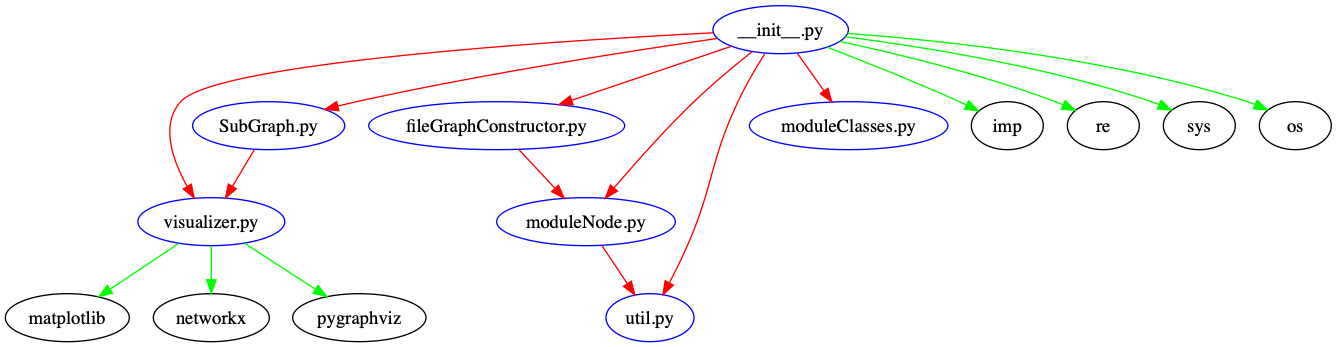
This is Subgraph.png from reggiehsu111/PyDepends, a Graphviz export, as it was before one commit. Its source is kept beside it as Subgraph.dot. Its diagram source:
```dot
digraph "" {
	graph [bb="0,0,994.46,252"];
	node [label="\N"];
	"visualizer.py"	 [color=blue,
		height=0.5,
		pos="154.46,90",
		width=1.5293];
	matplotlib	 [height=0.5,
		pos="46.461,18",
		width=1.2906];
	"visualizer.py" -> matplotlib	 [color=green,
		pos="e,70.129,33.778 129.95,73.662 114.83,63.58 95.256,50.53 78.861,39.6"];
	networkx	 [height=0.5,
		pos="154.46,18",
		width=1.2085];
	"visualizer.py" -> networkx	 [color=green,
		pos="e,154.46,36.413 154.46,71.831 154.46,64.131 154.46,54.974 154.46,46.417"];
	pygraphviz	 [height=0.5,
		pos="265.46,18",
		width=1.3858];
	"visualizer.py" -> pygraphviz	 [color=green,
		pos="e,241.02,33.856 179.37,73.842 195.05,63.674 215.46,50.434 232.47,39.398"];
	"__init__.py"	 [color=blue,
		height=0.5,
		pos="581.46,234",
		width=1.4067];
	"__init__.py" -> "visualizer.py"	 [color=red,
		pos="e,141.57,107.76 530.87,231.65 418.84,225.92 157.64,209.5 131.46,180 116.03,162.61 125.27,136.26 136.29,116.56"];
	"SubGraph.py"	 [color=blue,
		height=0.5,
		pos="197.46,162",
		width=1.584];
	"__init__.py" -> "SubGraph.py"	 [color=red,
		pos="e,239.56,174.14 534.04,227.43 471.65,218.45 358.75,201.03 263.46,180 258.85,178.98 254.07,177.85 249.3,176.65"];
	"fileGraphConstructor.py"	 [color=blue,
		height=0.5,
		pos="368.46,162",
		width=2.6621];
	"__init__.py" -> "fileGraphConstructor.py"	 [color=red,
		pos="e,415.18,177.79 544.36,221.46 511.43,210.33 462.81,193.89 425.03,181.12"];
	"moduleNode.py"	 [color=blue,
		height=0.5,
		pos="435.46,90",
		width=1.8567];
	"__init__.py" -> "moduleNode.py"	 [color=red,
		pos="e,449.98,107.6 560.01,217.47 547.01,207.15 530.32,193.32 516.46,180 494.94,159.32 472.38,133.89 456.54,115.35"];
	"util.py"	 [color=blue,
		height=0.5,
		pos="483.46,18",
		width=0.91539];
	"__init__.py" -> "util.py"	 [color=red,
		pos="e,493.17,35.21 569.58,215.99 563.11,205.72 555.27,192.44 549.46,180 527.94,133.89 531.67,118.7 511.46,72 507.46,62.747 502.55,52.886 \
497.96,44.156"];
	"moduleClasses.py"	 [color=blue,
		height=0.5,
		pos="632.46,162",
		width=2.0616];
	"__init__.py" -> "moduleClasses.py"	 [color=red,
		pos="e,619.82,179.84 594.07,216.2 600.07,207.72 607.38,197.41 613.99,188.07"];
	imp	 [height=0.5,
		pos="751.46,162",
		width=0.75];
	"__init__.py" -> imp	 [color=green,
		pos="e,729.89,173.14 616.21,220.88 643.45,210.39 682.19,194.99 715.46,180 717.23,179.2 719.04,178.37 720.85,177.51"];
	re	 [height=0.5,
		pos="823.46,162",
		width=0.75];
	"__init__.py" -> re	 [color=green,
		pos="e,802.47,173.41 625.68,225.19 667.96,216.13 733.14,200.45 787.46,180 789.32,179.3 791.22,178.53 793.12,177.72"];
	sys	 [height=0.5,
		pos="895.46,162",
		width=0.75];
	"__init__.py" -> sys	 [color=green,
		pos="e,874.55,173.65 629.96,228.64 686.26,221.49 781.38,206.55 859.46,180 861.35,179.36 863.26,178.64 865.17,177.86"];
	os	 [height=0.5,
		pos="967.46,162",
		width=0.75];
	"__init__.py" -> os	 [color=green,
		pos="e,946.6,173.79 631.55,231.16 700.51,226.16 827.92,212.98 931.46,180 933.36,179.4 935.28,178.7 937.2,177.95"];
	"SubGraph.py" -> "visualizer.py"	 [color=red,
		pos="e,165.12,107.84 186.83,144.2 181.87,135.89 175.86,125.83 170.37,116.64"];
	"fileGraphConstructor.py" -> "moduleNode.py"	 [color=red,
		pos="e,419.09,107.59 385.02,144.2 393.22,135.4 403.25,124.62 412.2,115"];
	"moduleNode.py" -> "util.py"	 [color=red,
		pos="e,472.06,35.097 447.33,72.202 453.11,63.53 460.16,52.946 466.5,43.439"];
}
```
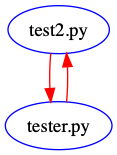
Later version of the same file.

What changed in the source:
```diff
@@ -1,86 +1,16 @@
 digraph "" {
-	graph [bb="0,0,994.46,252"];
+	graph [bb="0,0,79.657,108"];
 	node [label="\N"];
-	"visualizer.py"	 [color=blue,
+	"test2.py"	 [color=blue,
 		height=0.5,
-		pos="154.46,90",
-		width=1.5293];
-	matplotlib	 [height=0.5,
-		pos="46.461,18",
-		width=1.2906];
-	"visualizer.py" -> matplotlib	 [color=green,
-		pos="e,70.129,33.778 129.95,73.662 114.83,63.58 95.256,50.53 78.861,39.6"];
-	networkx	 [height=0.5,
-		pos="154.46,18",
-		width=1.2085];
-	"visualizer.py" -> networkx	 [color=green,
-		pos="e,154.46,36.413 154.46,71.831 154.46,64.131 154.46,54.974 154.46,46.417"];
-	pygraphviz	 [height=0.5,
-		pos="265.46,18",
-		width=1.3858];
-	"visualizer.py" -> pygraphviz	 [color=green,
-		pos="e,241.02,33.856 179.37,73.842 195.05,63.674 215.46,50.434 232.47,39.398"];
-	"__init__.py"	 [color=blue,
+		pos="39.828,90",
+		width=1.0518];
+	"tester.py"	 [color=blue,
 		height=0.5,
-		pos="581.46,234",
-		width=1.4067];
-	"__init__.py" -> "visualizer.py"	 [color=red,
-		pos="e,141.57,107.76 530.87,231.65 418.84,225.92 157.64,209.5 131.46,180 116.03,162.61 125.27,136.26 136.29,116.56"];
-	"SubGraph.py"	 [color=blue,
-		height=0.5,
-		pos="197.46,162",
-		width=1.584];
-	"__init__.py" -> "SubGraph.py"	 [color=red,
-		pos="e,239.56,174.14 534.04,227.43 471.65,218.45 358.75,201.03 263.46,180 258.85,178.98 254.07,177.85 249.3,176.65"];
-	"fileGraphConstructor.py"	 [color=blue,
-		height=0.5,
-		pos="368.46,162",
-		width=2.6621];
-	"__init__.py" -> "fileGraphConstructor.py"	 [color=red,
-		pos="e,415.18,177.79 544.36,221.46 511.43,210.33 462.81,193.89 425.03,181.12"];
-	"moduleNode.py"	 [color=blue,
-		height=0.5,
-		pos="435.46,90",
-		width=1.8567];
-	"__init__.py" -> "moduleNode.py"	 [color=red,
-		pos="e,449.98,107.6 560.01,217.47 547.01,207.15 530.32,193.32 516.46,180 494.94,159.32 472.38,133.89 456.54,115.35"];
-	"util.py"	 [color=blue,
-		height=0.5,
-		pos="483.46,18",
-		width=0.91539];
-	"__init__.py" -> "util.py"	 [color=red,
-		pos="e,493.17,35.21 569.58,215.99 563.11,205.72 555.27,192.44 549.46,180 527.94,133.89 531.67,118.7 511.46,72 507.46,62.747 502.55,52.886 \
-497.96,44.156"];
-	"moduleClasses.py"	 [color=blue,
-		height=0.5,
-		pos="632.46,162",
-		width=2.0616];
-	"__init__.py" -> "moduleClasses.py"	 [color=red,
-		pos="e,619.82,179.84 594.07,216.2 600.07,207.72 607.38,197.41 613.99,188.07"];
-	imp	 [height=0.5,
-		pos="751.46,162",
-		width=0.75];
-	"__init__.py" -> imp	 [color=green,
-		pos="e,729.89,173.14 616.21,220.88 643.45,210.39 682.19,194.99 715.46,180 717.23,179.2 719.04,178.37 720.85,177.51"];
-	re	 [height=0.5,
-		pos="823.46,162",
-		width=0.75];
-	"__init__.py" -> re	 [color=green,
-		pos="e,802.47,173.41 625.68,225.19 667.96,216.13 733.14,200.45 787.46,180 789.32,179.3 791.22,178.53 793.12,177.72"];
-	sys	 [height=0.5,
-		pos="895.46,162",
-		width=0.75];
-	"__init__.py" -> sys	 [color=green,
-		pos="e,874.55,173.65 629.96,228.64 686.26,221.49 781.38,206.55 859.46,180 861.35,179.36 863.26,178.64 865.17,177.86"];
-	os	 [height=0.5,
-		pos="967.46,162",
-		width=0.75];
-	"__init__.py" -> os	 [color=green,
-		pos="e,946.6,173.79 631.55,231.16 700.51,226.16 827.92,212.98 931.46,180 933.36,179.4 935.28,178.7 937.2,177.95"];
-	"SubGraph.py" -> "visualizer.py"	 [color=red,
-		pos="e,165.12,107.84 186.83,144.2 181.87,135.89 175.86,125.83 170.37,116.64"];
-	"fileGraphConstructor.py" -> "moduleNode.py"	 [color=red,
-		pos="e,419.09,107.59 385.02,144.2 393.22,135.4 403.25,124.62 412.2,115"];
-	"moduleNode.py" -> "util.py"	 [color=red,
-		pos="e,472.06,35.097 447.33,72.202 453.11,63.53 460.16,52.946 466.5,43.439"];
+		pos="39.828,18",
+		width=1.1063];
+	"test2.py" -> "tester.py"	 [color=red,
+		pos="e,33.908,35.843 33.913,72.202 33.123,64.327 32.894,54.875 33.225,46.085"];
+	"tester.py" -> "test2.py"	 [color=red,
+		pos="e,45.744,72.202 45.749,35.843 46.536,43.724 46.763,53.177 46.429,61.965"];
 }
```
